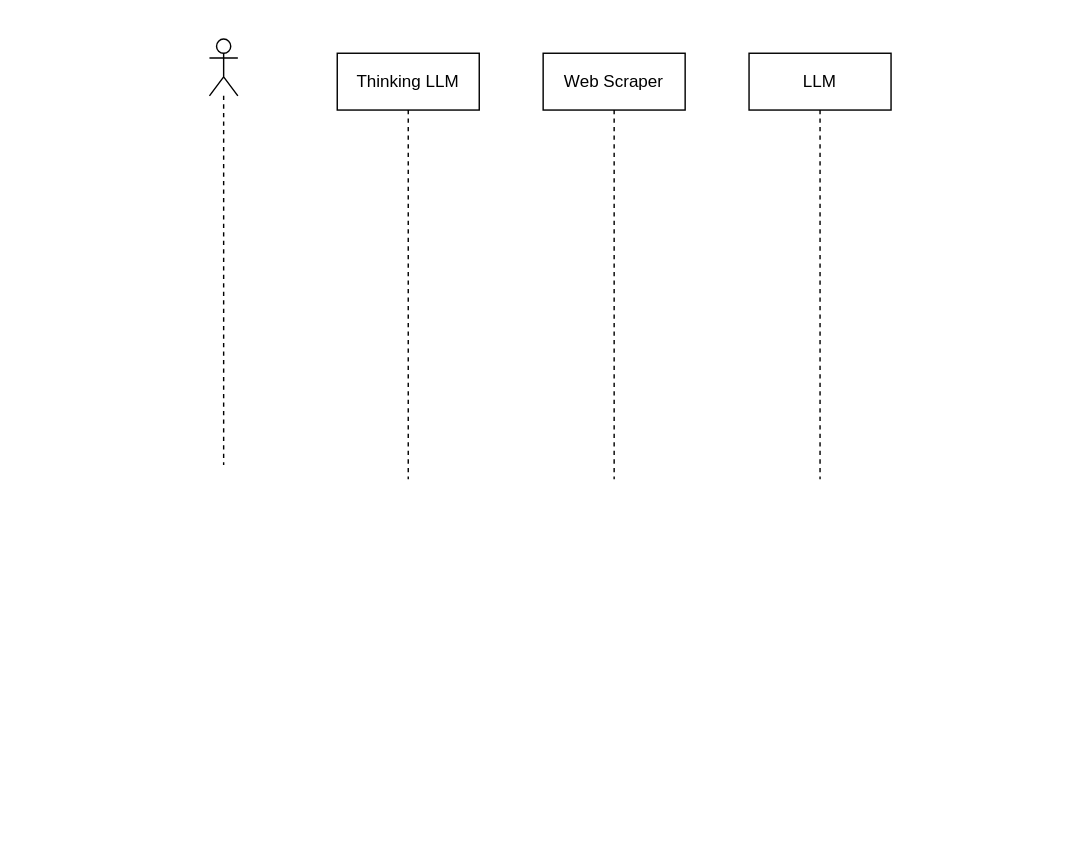
The draw.io diagram InformationFlowSequence.drawio in IshaanTakrani/Raisearch, before the edit. Source tidied: cells renumbered, new cells numbered last; positions are measured from the earlier drawing's top-left corner, leaving out a move shared by most shapes. Both pictures are drawn from the tidied source at 142%, with x=0, y=0 at pixel (209, 38).
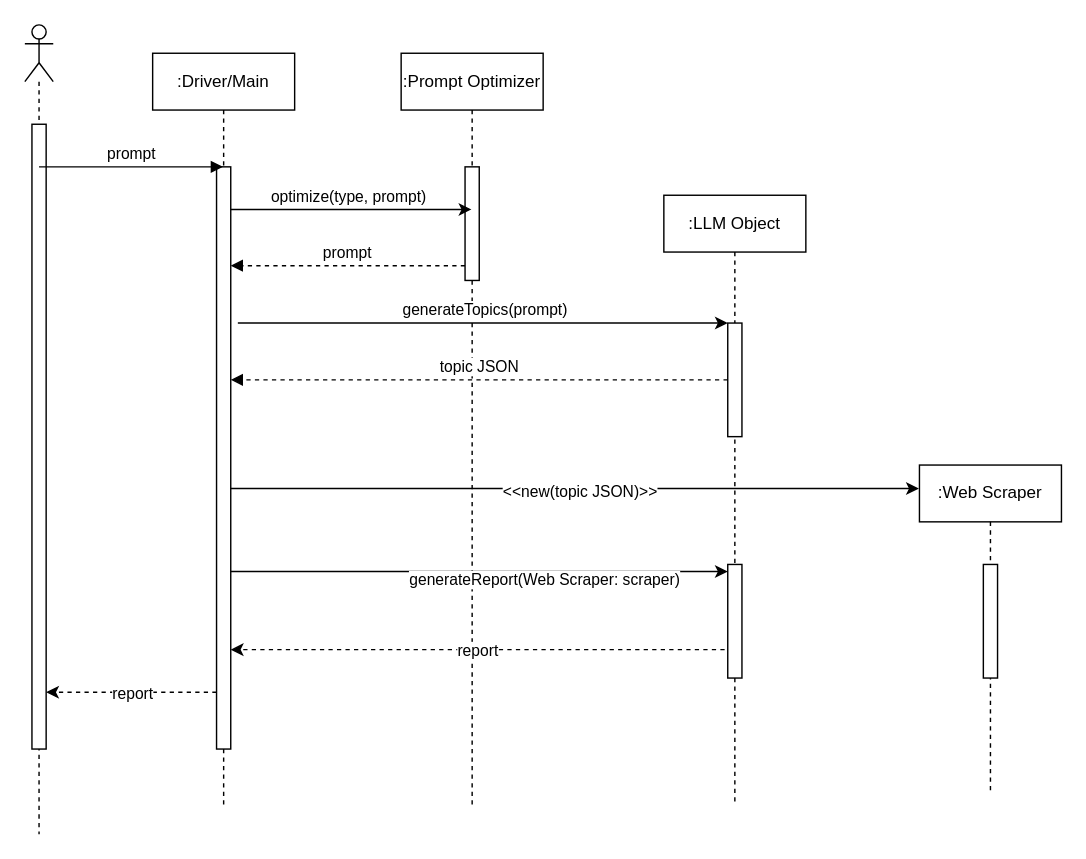
Above is the later version.

Diff of the diagram source:
```diff
@@
-    <mxCell id="2" value="Thinking LLM" style="shape=umlLifeline;perimeter=lifelinePerimeter;whiteSpace=wrap;html=1;newEdgeStyle={&quot;curved&quot;:0,&quot;rounded&quot;:0};" parent="1" vertex="1">
-      <mxGeometry x="90" y="10" width="100" height="300" as="geometry" />
+    <mxCell id="2" value=":LLM Object" style="shape=umlLifeline;perimeter=lifelinePerimeter;whiteSpace=wrap;html=1;newEdgeStyle={&quot;curved&quot;:0,&quot;rounded&quot;:0};" parent="1" vertex="1">
+      <mxGeometry x="320" y="110" width="100" height="430" as="geometry" />
     </mxCell>
-    <mxCell id="3" value="LLM" style="shape=umlLifeline;perimeter=lifelinePerimeter;whiteSpace=wrap;html=1;newEdgeStyle={&quot;curved&quot;:0,&quot;rounded&quot;:0};" parent="1" vertex="1">
-      <mxGeometry x="380" y="10" width="100" height="300" as="geometry" />
-    </mxCell>
+    <mxCell id="6" style="html=1;points=[[0,0,0,0,5],[0,1,0,0,-5],[1,0,0,0,5],[1,1,0,0,-5]];perimeter=orthogonalPerimeter;outlineConnect=0;targetShapes=umlLifeline;portConstraint=eastwest;newEdgeStyle={&quot;curved&quot;:0,&quot;rounded&quot;:0};" parent="2" vertex="1">
+      <mxGeometry x="45" y="90" width="10" height="80" as="geometry" />
+    </mxCell>
+    <mxCell id="7" style="html=1;points=[[0,0,0,0,5],[0,1,0,0,-5],[1,0,0,0,5],[1,1,0,0,-5]];perimeter=orthogonalPerimeter;outlineConnect=0;targetShapes=umlLifeline;portConstraint=eastwest;newEdgeStyle={&quot;curved&quot;:0,&quot;rounded&quot;:0};" parent="2" vertex="1">
+      <mxGeometry x="45" y="260" width="10" height="80" as="geometry" />
+    </mxCell>
-    <mxCell id="4" value="Web Scraper" style="shape=umlLifeline;perimeter=lifelinePerimeter;whiteSpace=wrap;html=1;outlineConnect=0;portConstraint=eastwest;newEdgeStyle={&quot;curved&quot;:0,&quot;rounded&quot;:0};" parent="1" vertex="1">
-      <mxGeometry x="235" y="10" width="100" height="300" as="geometry" />
+    <mxCell id="4" value=":Web Scraper" style="shape=umlLifeline;perimeter=lifelinePerimeter;whiteSpace=wrap;html=1;outlineConnect=0;portConstraint=eastwest;newEdgeStyle={&quot;curved&quot;:0,&quot;rounded&quot;:0};" parent="1" vertex="1">
+      <mxGeometry x="500" y="300" width="100" height="230" as="geometry" />
     </mxCell>
+    <mxCell id="8" style="html=1;perimeter=orthogonalPerimeter;targetShapes=umlLifeline;newEdgeStyle={&quot;curved&quot;:0,&quot;rounded&quot;:0};" parent="4" vertex="1">
+      <mxGeometry x="45" y="70" width="10" height="80" as="geometry" />
+    </mxCell>
     <mxCell id="5" style="shape=umlLifeline;perimeter=lifelinePerimeter;whiteSpace=wrap;html=1;newEdgeStyle={&quot;curved&quot;:0,&quot;rounded&quot;:0};participant=umlActor;" parent="1" vertex="1">
-      <mxGeometry width="20" height="300" as="geometry" />
+      <mxGeometry x="-130" y="-10" width="20" height="570" as="geometry" />
     </mxCell>
+    <mxCell id="9" style="html=1;perimeter=orthogonalPerimeter;targetShapes=umlLifeline;newEdgeStyle={&quot;curved&quot;:0,&quot;rounded&quot;:0};" parent="5" vertex="1">
+      <mxGeometry x="5" y="70" width="10" height="440" as="geometry" />
+    </mxCell>
+    <mxCell id="10" value=":Prompt Optimizer" style="shape=umlLifeline;perimeter=lifelinePerimeter;whiteSpace=wrap;html=1;newEdgeStyle={&quot;curved&quot;:0,&quot;rounded&quot;:0};" parent="1" vertex="1">
+      <mxGeometry x="135" y="10" width="100" height="530" as="geometry" />
+    </mxCell>
+    <mxCell id="11" style="html=1;perimeter=orthogonalPerimeter;targetShapes=umlLifeline;newEdgeStyle={&quot;curved&quot;:0,&quot;rounded&quot;:0};" parent="10" vertex="1">
+      <mxGeometry x="45" y="80" width="10" height="80" as="geometry" />
+    </mxCell>
+    <mxCell id="12" style="endArrow=classic;html=1;rounded=0;" parent="1" edge="1">
+      <mxGeometry relative="1" as="geometry">
+        <mxPoint x="10" y="120" as="sourcePoint" />
+        <mxPoint x="184.5" y="120" as="targetPoint" />
+      </mxGeometry>
+    </mxCell>
+    <mxCell id="13" value="optimize(type, prompt)" style="edgeLabel;html=1;align=center;verticalAlign=middle;" parent="12" vertex="1">
+      <mxGeometry relative="1" as="geometry">
+        <mxPoint y="-10" as="offset" />
+      </mxGeometry>
+    </mxCell>
+    <mxCell id="14" value="prompt" style="html=1;verticalAlign=bottom;endArrow=block;curved=0;rounded=0;dashed=1;" parent="1" edge="1" target="16">
+      <mxGeometry relative="1" as="geometry">
+        <mxPoint x="180" y="159.6" as="sourcePoint" />
+      </mxGeometry>
+    </mxCell>
+    <mxCell id="15" value=":Driver/Main" style="shape=umlLifeline;perimeter=lifelinePerimeter;whiteSpace=wrap;html=1;outlineConnect=0;portConstraint=eastwest;newEdgeStyle={&quot;curved&quot;:0,&quot;rounded&quot;:0};" parent="1" vertex="1">
+      <mxGeometry x="-40" y="10" width="100" height="530" as="geometry" />
+    </mxCell>
+    <mxCell id="16" style="html=1;points=[[0,0,0,0,5],[0,1,0,0,-5],[1,0,0,0,5],[1,1,0,0,-5]];perimeter=orthogonalPerimeter;outlineConnect=0;targetShapes=umlLifeline;portConstraint=eastwest;newEdgeStyle={&quot;curved&quot;:0,&quot;rounded&quot;:0};" parent="15" vertex="1">
+      <mxGeometry x="45" y="80" width="10" height="410" as="geometry" />
+    </mxCell>
+    <mxCell id="17" value="prompt" style="html=1;verticalAlign=bottom;endArrow=block;curved=0;rounded=0;" parent="1" edge="1" target="15">
+      <mxGeometry relative="1" as="geometry">
+        <mxPoint x="-120" y="90" as="sourcePoint" />
+      </mxGeometry>
+    </mxCell>
+    <mxCell id="18" style="endArrow=classic;html=1;rounded=0;" parent="1" edge="1" target="6">
+      <mxGeometry relative="1" as="geometry">
+        <mxPoint x="20" y="200" as="sourcePoint" />
+      </mxGeometry>
+    </mxCell>
+    <mxCell id="19" value="generateTopics(prompt)" style="edgeLabel;html=1;align=center;verticalAlign=middle;" parent="18" vertex="1">
+      <mxGeometry relative="1" as="geometry">
+        <mxPoint y="-10" as="offset" />
+      </mxGeometry>
+    </mxCell>
+    <mxCell id="20" value="topic JSON" style="html=1;verticalAlign=bottom;endArrow=block;curved=0;rounded=0;dashed=1;" parent="1" edge="1" target="16">
+      <mxGeometry relative="1" as="geometry">
+        <mxPoint x="365" y="240" as="sourcePoint" />
+      </mxGeometry>
+    </mxCell>
+    <mxCell id="21" style="endArrow=classic;html=1;rounded=0;entryX=-0.004;entryY=0.072;entryDx=0;entryDy=0;entryPerimeter=0;" parent="1" edge="1" source="16" target="4">
+      <mxGeometry relative="1" as="geometry" />
+    </mxCell>
+    <mxCell id="22" value="&amp;lt;&amp;lt;new(topic JSON)&amp;gt;&amp;gt;" style="edgeLabel;html=1;align=center;verticalAlign=middle;" parent="21" vertex="1">
+      <mxGeometry x="0.01" y="-2" relative="1" as="geometry" />
+    </mxCell>
+    <mxCell id="23" style="endArrow=classic;html=1;rounded=0;entryX=0;entryY=0;entryDx=0;entryDy=5;entryPerimeter=0;" parent="1" edge="1" source="16" target="7">
+      <mxGeometry relative="1" as="geometry" />
+    </mxCell>
+    <mxCell id="24" value="generateReport(Web Scraper: scraper)" style="edgeLabel;html=1;align=center;verticalAlign=middle;" parent="23" vertex="1">
+      <mxGeometry relative="1" as="geometry">
+        <mxPoint x="45" y="5" as="offset" />
+      </mxGeometry>
+    </mxCell>
+    <mxCell id="25" style="endArrow=classic;html=1;rounded=0;dashed=1;" parent="1" edge="1" target="16">
+      <mxGeometry relative="1" as="geometry">
+        <mxPoint x="362.8" y="430" as="sourcePoint" />
+      </mxGeometry>
+    </mxCell>
+    <mxCell id="26" value="report" style="edgeLabel;html=1;align=center;verticalAlign=middle;" parent="25" vertex="1">
+      <mxGeometry relative="1" as="geometry" />
+    </mxCell>
+    <mxCell id="27" style="endArrow=classic;html=1;rounded=0;dashed=1;" parent="1" edge="1">
+      <mxGeometry relative="1" as="geometry">
+        <mxPoint x="5" y="460" as="sourcePoint" />
+        <mxPoint x="-115" y="460" as="targetPoint" />
+      </mxGeometry>
+    </mxCell>
+    <mxCell id="28" value="report" style="edgeLabel;html=1;align=center;verticalAlign=middle;" parent="27" vertex="1">
+      <mxGeometry relative="1" as="geometry" />
+    </mxCell>
```
